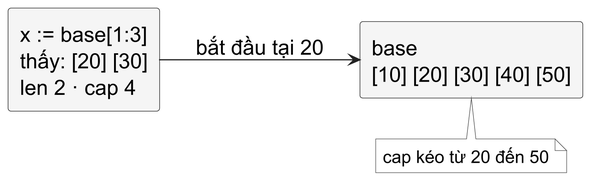
Above: assets/diagrams/slice-window.png in Minhlike/Golang (PlantUML), before the change.
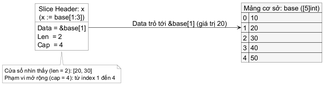
After the change.

The edit, as a diff of the source:
```diff
@@ -1,27 +1,46 @@
 @startuml
-skinparamlocked dpi 300
 skinparam backgroundColor white
 skinparam shadowing false
 skinparam defaultFontName "Source Sans 3"
 skinparam defaultFontSize 18
 skinparam defaultFontColor #000000
-skinparam rectangle {
+skinparam arrowColor #222222
+skinparam map {
   BackgroundColor #F5F5F5
   BorderColor #222222
   FontColor #000000
-  RoundCorner 5
 }
-skinparam arrowColor #222222
+skinparam object {
+  BackgroundColor #FFFFFF
+  BorderColor #222222
+  FontColor #000000
+}
 skinparam note {
   BackgroundColor #FFFFFF
   BorderColor #555555
   FontColor #000000
-  FontName "Source Sans 3"
   FontSize 15
 }
 left to right direction
-rectangle "base\n[10] [20] [30] [40] [50]" as base
-rectangle "x := base[1:3]\nthấy: [20] [30]\nlen 2 · cap 4" as x
-x --> base : bắt đầu tại 20
-note bottom of base : cap kéo từ 20 đến 50
+
+object "Slice Header: x\n(x := base[1:3])" as x {
+  Data = &base[1]
+  Len  = 2
+  Cap  = 4
+}
+
+map "Mảng cơ sở: base ([5]int)" as base {
+  0 => 10
+  1 => 20
+  2 => 30
+  3 => 40
+  4 => 50
+}
+
+x::Data --> base::1 : Data trỏ tới &base[1] (giá trị 20)
+
+note bottom of x
+  Cửa sổ nhìn thấy (len = 2): [20, 30]
+  Phạm vi mở rộng (cap = 4): từ index 1 đến 4
+end note
 @enduml
```
